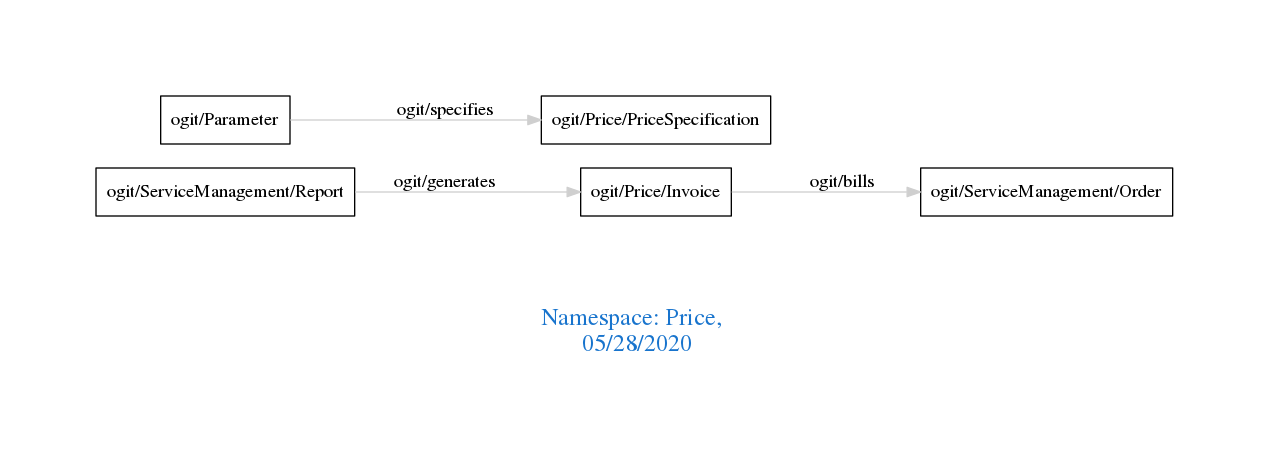
arago/OGIT keeps this Graphviz diagram as downloads/Price.png. Above is the earlier version. Its source is kept beside it as downloads/Price.dot.
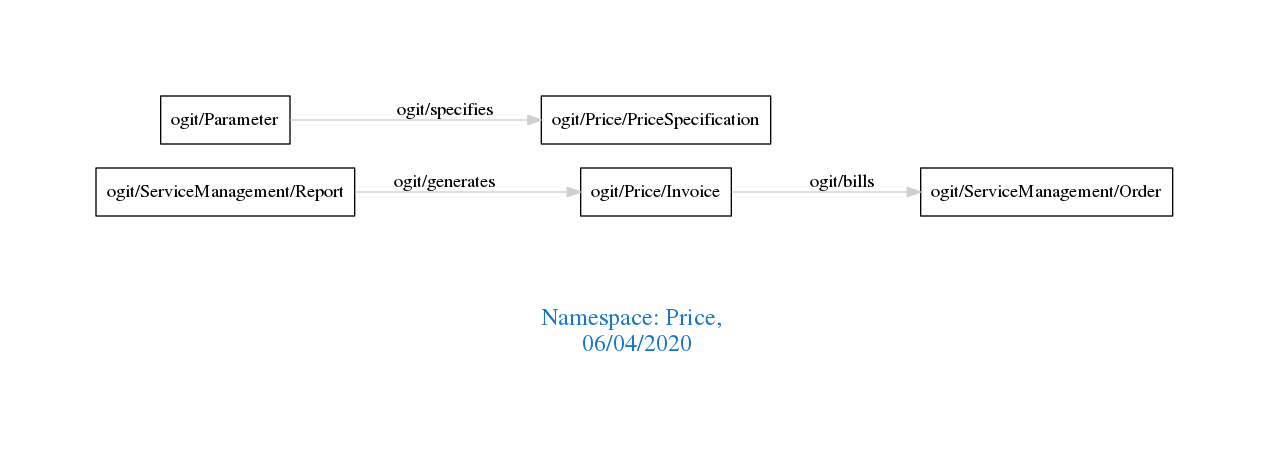
After the commit.

Diff of the diagram source:
```diff
@@ -1,7 +1,7 @@
 digraph OGIT_ontology {
  graph [ rankdir= LR,pad=1
 fontsize = 18,
-fontcolor= dodgerblue3,label = "\n\n\nNamespace: Price, \n 05/28/2020"];
+fontcolor= dodgerblue3,label = "\n\n\nNamespace: Price, \n 06/04/2020"];
 node[shape=polygon];
 edge [  color="gray81"];
 
```
